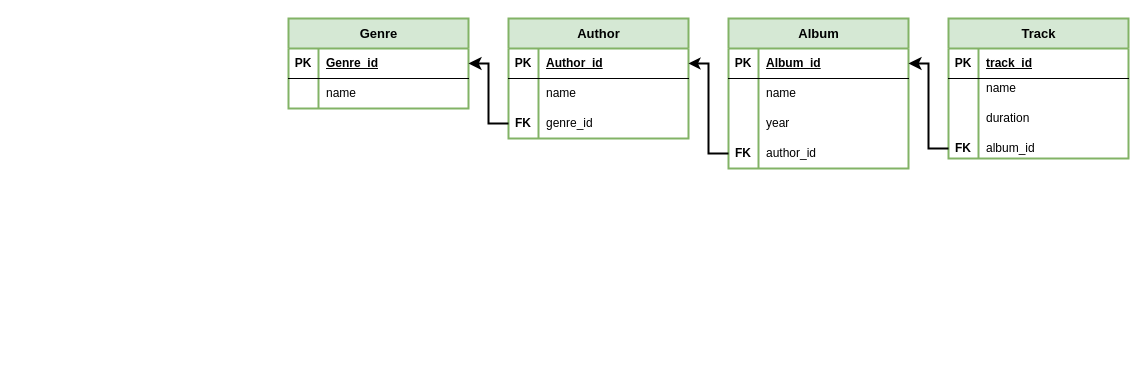
The draw.io diagram new/music.drawio in RomanKotovski/homework-sql, before the edit. Source tidied: cells renumbered, new cells numbered last; positions are measured from the earlier drawing's top-left corner, leaving out a move shared by most shapes. Both pictures are drawn from the tidied source at 100%, with x=0, y=0 at pixel (288, 18).
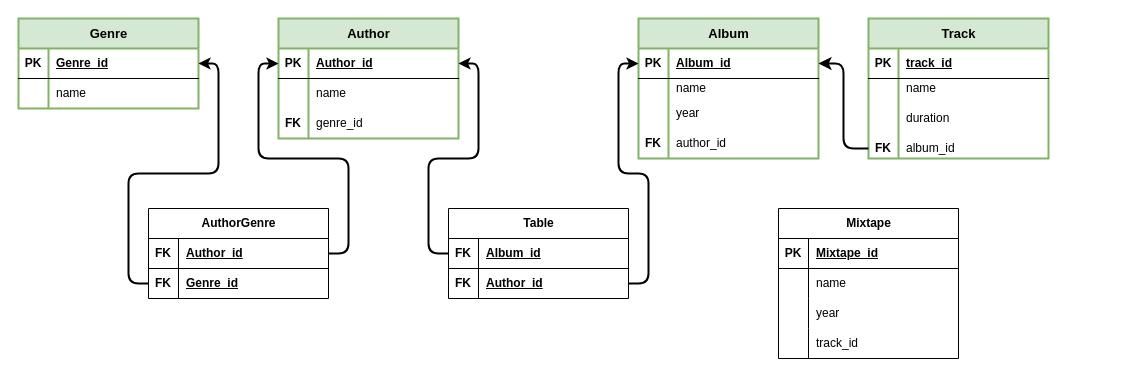
After the change.

Unchanged cells that the change refers to:
```xml
<mxCell id="3" style="shape=tableRow;horizontal=0;startSize=0;swimlaneHead=0;swimlaneBody=0;fillColor=none;points=[[0,0.5],[1,0.5]];portConstraint=eastwest;top=0;left=0;right=0;bottom=1;" parent="2" vertex="1">
  <mxGeometry y="30" width="180" height="30" as="geometry" />
</mxCell>
<mxCell id="10" style="shape=tableRow;horizontal=0;startSize=0;swimlaneHead=0;swimlaneBody=0;fillColor=none;points=[[0,0.5],[1,0.5]];portConstraint=eastwest;top=0;left=0;right=0;bottom=1;" parent="9" vertex="1">
  <mxGeometry y="30" width="180" height="30" as="geometry" />
</mxCell>
<mxCell id="16" style="shape=tableRow;horizontal=0;startSize=0;swimlaneHead=0;swimlaneBody=0;fillColor=none;points=[[0,0.5],[1,0.5]];portConstraint=eastwest;top=0;left=0;right=0;bottom=0;" parent="9" vertex="1">
  <mxGeometry y="90" width="180" height="30" as="geometry" />
</mxCell>
<mxCell id="20" style="shape=tableRow;horizontal=0;startSize=0;swimlaneHead=0;swimlaneBody=0;fillColor=none;points=[[0,0.5],[1,0.5]];portConstraint=eastwest;top=0;left=0;right=0;bottom=1;" parent="19" vertex="1">
  <mxGeometry y="30" width="180" height="30" as="geometry" />
</mxCell>
<mxCell id="42" style="shape=tableRow;horizontal=0;startSize=0;swimlaneHead=0;swimlaneBody=0;fillColor=none;points=[[0,0.5],[1,0.5]];portConstraint=eastwest;top=0;left=0;right=0;bottom=0;" parent="32" vertex="1">
  <mxGeometry y="120" width="180" height="20" as="geometry" />
</mxCell>
```

Diff of the diagram source:
```diff
@@
     <mxCell id="2" value="Genre" style="shape=table;startSize=30;childLayout=tableLayout;rowLines=0;fontStyle=1;align=center;html=1;strokeWidth=2;perimeterSpacing=0;fillColor=#d5e8d4;strokeColor=#82b366;fontSize=13;" parent="1" vertex="1">
-      <mxGeometry width="180" height="90" as="geometry" />
+      <mxGeometry x="-270" width="180" height="90" as="geometry" />
     </mxCell>
@@
     <mxCell id="9" value="&lt;font style=&quot;font-size: 13px;&quot;&gt;Author&lt;/font&gt;" style="shape=table;startSize=30;childLayout=tableLayout;rowLines=0;fontStyle=1;align=center;html=1;strokeWidth=2;fillColor=#d5e8d4;strokeColor=#82b366;fontSize=13;" parent="1" vertex="1">
-      <mxGeometry x="220" width="180" height="120" as="geometry" />
+      <mxGeometry x="-10" width="180" height="120" as="geometry" />
     </mxCell>
@@
     <mxCell id="19" value="Album" style="shape=table;startSize=30;childLayout=tableLayout;rowLines=0;fontStyle=1;align=center;html=1;strokeWidth=2;fillColor=#d5e8d4;strokeColor=#82b366;fontSize=13;" parent="1" vertex="1">
-      <mxGeometry x="440" width="180" height="150" as="geometry" />
+      <mxGeometry x="350" width="180" height="140" as="geometry" />
     </mxCell>
@@
     <mxCell id="23" style="shape=tableRow;horizontal=0;startSize=0;swimlaneHead=0;swimlaneBody=0;fillColor=none;top=0;left=0;right=0;bottom=0;" parent="19" vertex="1">
-      <mxGeometry y="60" width="180" height="30" as="geometry" />
+      <mxGeometry y="60" width="180" height="20" as="geometry" />
     </mxCell>
     <mxCell id="24" style="shape=partialRectangle;fillColor=none;top=0;left=0;bottom=0;right=0;overflow=hidden;whiteSpace=wrap;html=1;" parent="23" vertex="1">
-      <mxGeometry width="30" height="30" as="geometry" />
+      <mxGeometry width="30" height="20" as="geometry" />
     </mxCell>
     <mxCell id="25" value="name" style="shape=partialRectangle;fillColor=none;top=0;left=0;bottom=0;right=0;align=left;spacingLeft=6;overflow=hidden;whiteSpace=wrap;html=1;" parent="23" vertex="1">
-      <mxGeometry x="30" width="150" height="30" as="geometry" />
+      <mxGeometry x="30" width="150" height="20" as="geometry" />
     </mxCell>
     <mxCell id="26" style="shape=tableRow;horizontal=0;startSize=0;swimlaneHead=0;swimlaneBody=0;fillColor=none;top=0;left=0;right=0;bottom=0;" parent="19" vertex="1">
-      <mxGeometry y="90" width="180" height="30" as="geometry" />
+      <mxGeometry y="80" width="180" height="30" as="geometry" />
     </mxCell>
@@
     <mxCell id="29" style="shape=tableRow;horizontal=0;startSize=0;swimlaneHead=0;swimlaneBody=0;fillColor=none;points=[[0,0.5],[1,0.5]];portConstraint=eastwest;top=0;left=0;right=0;bottom=0;" parent="19" vertex="1">
-      <mxGeometry y="120" width="180" height="30" as="geometry" />
+      <mxGeometry y="110" width="180" height="30" as="geometry" />
     </mxCell>
@@
     <mxCell id="32" value="Track" style="shape=table;startSize=30;childLayout=tableLayout;rowLines=0;fontStyle=1;align=center;html=1;strokeWidth=2;fillColor=#d5e8d4;strokeColor=#82b366;fontSize=13;" parent="1" vertex="1">
-      <mxGeometry x="660" width="180" height="140" as="geometry" />
+      <mxGeometry x="580" width="180" height="140" as="geometry" />
     </mxCell>
@@
-    <mxCell id="45" style="edgeStyle=orthogonalEdgeStyle;rounded=0;jettySize=auto;html=1;entryX=1;entryY=0.5;entryDx=0;entryDy=0;strokeWidth=2;endSize=7;targetPerimeterSpacing=0;startSize=0;" parent="1" edge="1" source="42" target="20">
+    <mxCell id="45" style="edgeStyle=orthogonalEdgeStyle;rounded=1;jettySize=auto;html=1;entryX=1;entryY=0.5;entryDx=0;entryDy=0;strokeWidth=2;endSize=7;targetPerimeterSpacing=0;startSize=0;" parent="1" edge="1" source="42" target="20">
       <mxGeometry relative="1" as="geometry" />
     </mxCell>
-    <mxCell id="46" style="edgeStyle=orthogonalEdgeStyle;rounded=0;jettySize=auto;html=1;entryX=1;entryY=0.5;entryDx=0;entryDy=0;strokeWidth=2;" parent="1" edge="1" source="29" target="10">
-      <mxGeometry relative="1" as="geometry" />
-    </mxCell>
-    <mxCell id="47" style="edgeStyle=orthogonalEdgeStyle;rounded=0;jettySize=auto;html=1;entryX=1;entryY=0.5;entryDx=0;entryDy=0;strokeWidth=2;endSize=7;" parent="1" edge="1" source="16" target="3">
-      <mxGeometry relative="1" as="geometry" />
-    </mxCell>
+    <mxCell id="48" value="AuthorGenre" style="shape=table;startSize=30;childLayout=tableLayout;rowLines=0;fontStyle=1;align=center;html=1;" parent="1" vertex="1">
+      <mxGeometry x="-140" y="190" width="180" height="90" as="geometry" />
+    </mxCell>
+    <mxCell id="49" style="shape=tableRow;horizontal=0;startSize=0;swimlaneHead=0;swimlaneBody=0;fillColor=none;points=[[0,0.5],[1,0.5]];portConstraint=eastwest;top=0;left=0;right=0;bottom=1;" parent="48" vertex="1">
+      <mxGeometry y="30" width="180" height="30" as="geometry" />
+    </mxCell>
+    <mxCell id="50" value="FK" style="shape=partialRectangle;fillColor=none;top=0;left=0;bottom=0;right=0;fontStyle=1;overflow=hidden;whiteSpace=wrap;html=1;" parent="49" vertex="1">
+      <mxGeometry width="30" height="30" as="geometry" />
+    </mxCell>
+    <mxCell id="51" value="Author_id" style="shape=partialRectangle;fillColor=none;top=0;left=0;bottom=0;right=0;align=left;spacingLeft=6;fontStyle=5;overflow=hidden;whiteSpace=wrap;html=1;" parent="49" vertex="1">
+      <mxGeometry x="30" width="150" height="30" as="geometry" />
+    </mxCell>
+    <mxCell id="52" style="shape=tableRow;horizontal=0;startSize=0;swimlaneHead=0;swimlaneBody=0;fillColor=none;points=[[0,0.5],[1,0.5]];portConstraint=eastwest;top=0;left=0;right=0;bottom=0;" parent="48" vertex="1">
+      <mxGeometry y="60" width="180" height="30" as="geometry" />
+    </mxCell>
+    <mxCell id="53" value="&lt;b&gt;FK&lt;/b&gt;" style="shape=partialRectangle;fillColor=none;top=0;left=0;bottom=0;right=0;overflow=hidden;whiteSpace=wrap;html=1;" parent="52" vertex="1">
+      <mxGeometry width="30" height="30" as="geometry" />
+    </mxCell>
+    <mxCell id="54" value="&lt;b&gt;&lt;u&gt;Genre_id&lt;/u&gt;&lt;/b&gt;" style="shape=partialRectangle;fillColor=none;top=0;left=0;bottom=0;right=0;align=left;spacingLeft=6;overflow=hidden;whiteSpace=wrap;html=1;" parent="52" vertex="1">
+      <mxGeometry x="30" width="150" height="30" as="geometry" />
+    </mxCell>
+    <mxCell id="55" style="edgeStyle=orthogonalEdgeStyle;rounded=1;jettySize=auto;html=1;entryX=1;entryY=0.5;entryDx=0;entryDy=0;strokeWidth=2;" parent="1" edge="1" source="52" target="3">
+      <mxGeometry relative="1" as="geometry" />
+    </mxCell>
+    <mxCell id="56" value="Table" style="shape=table;startSize=30;childLayout=tableLayout;rowLines=0;fontStyle=1;align=center;html=1;" parent="1" vertex="1">
+      <mxGeometry x="160" y="190" width="180" height="90" as="geometry" />
+    </mxCell>
+    <mxCell id="57" style="shape=tableRow;horizontal=0;startSize=0;swimlaneHead=0;swimlaneBody=0;fillColor=none;points=[[0,0.5],[1,0.5]];portConstraint=eastwest;top=0;left=0;right=0;bottom=1;" parent="56" vertex="1">
+      <mxGeometry y="30" width="180" height="30" as="geometry" />
+    </mxCell>
+    <mxCell id="58" value="FK" style="shape=partialRectangle;fillColor=none;top=0;left=0;bottom=0;right=0;fontStyle=1;overflow=hidden;whiteSpace=wrap;html=1;" parent="57" vertex="1">
+      <mxGeometry width="30" height="30" as="geometry" />
+    </mxCell>
+    <mxCell id="59" value="Album_id" style="shape=partialRectangle;fillColor=none;top=0;left=0;bottom=0;right=0;align=left;spacingLeft=6;fontStyle=5;overflow=hidden;whiteSpace=wrap;html=1;" parent="57" vertex="1">
+      <mxGeometry x="30" width="150" height="30" as="geometry" />
+    </mxCell>
+    <mxCell id="60" style="shape=tableRow;horizontal=0;startSize=0;swimlaneHead=0;swimlaneBody=0;fillColor=none;points=[[0,0.5],[1,0.5]];portConstraint=eastwest;top=0;left=0;right=0;bottom=0;" parent="56" vertex="1">
+      <mxGeometry y="60" width="180" height="30" as="geometry" />
+    </mxCell>
+    <mxCell id="61" value="&lt;b&gt;FK&lt;/b&gt;" style="shape=partialRectangle;fillColor=none;top=0;left=0;bottom=0;right=0;overflow=hidden;whiteSpace=wrap;html=1;" parent="60" vertex="1">
+      <mxGeometry width="30" height="30" as="geometry" />
+    </mxCell>
+    <mxCell id="62" value="&lt;b&gt;&lt;u&gt;Author_id&lt;/u&gt;&lt;/b&gt;" style="shape=partialRectangle;fillColor=none;top=0;left=0;bottom=0;right=0;align=left;spacingLeft=6;overflow=hidden;whiteSpace=wrap;html=1;" parent="60" vertex="1">
+      <mxGeometry x="30" width="150" height="30" as="geometry" />
+    </mxCell>
+    <mxCell id="63" style="edgeStyle=orthogonalEdgeStyle;rounded=1;jettySize=auto;html=1;exitX=1;exitY=0.5;exitDx=0;exitDy=0;entryX=0;entryY=0.5;entryDx=0;entryDy=0;strokeWidth=2;" parent="1" edge="1" source="60" target="20">
+      <mxGeometry relative="1" as="geometry" />
+    </mxCell>
+    <mxCell id="64" style="edgeStyle=orthogonalEdgeStyle;rounded=1;jettySize=auto;html=1;entryX=1;entryY=0.5;entryDx=0;entryDy=0;strokeWidth=2;" parent="1" edge="1" source="57" target="10">
+      <mxGeometry relative="1" as="geometry" />
+    </mxCell>
+    <mxCell id="65" style="edgeStyle=orthogonalEdgeStyle;rounded=1;jettySize=auto;html=1;entryX=0;entryY=0.5;entryDx=0;entryDy=0;strokeWidth=2;" parent="1" edge="1" source="49" target="10">
+      <mxGeometry relative="1" as="geometry" />
+    </mxCell>
+    <mxCell id="66" value="Mixtape" style="shape=table;startSize=30;childLayout=tableLayout;rowLines=0;fontStyle=1;align=center;html=1;" parent="1" vertex="1">
+      <mxGeometry x="490" y="190" width="180" height="150" as="geometry" />
+    </mxCell>
+    <mxCell id="67" style="shape=tableRow;horizontal=0;startSize=0;swimlaneHead=0;swimlaneBody=0;fillColor=none;top=0;left=0;right=0;bottom=1;" parent="66" vertex="1">
+      <mxGeometry y="30" width="180" height="30" as="geometry" />
+    </mxCell>
+    <mxCell id="68" value="PK" style="shape=partialRectangle;fillColor=none;top=0;left=0;bottom=0;right=0;fontStyle=1;overflow=hidden;whiteSpace=wrap;html=1;" parent="67" vertex="1">
+      <mxGeometry width="30" height="30" as="geometry" />
+    </mxCell>
+    <mxCell id="69" value="Mixtape_id" style="shape=partialRectangle;fillColor=none;top=0;left=0;bottom=0;right=0;align=left;spacingLeft=6;fontStyle=5;overflow=hidden;whiteSpace=wrap;html=1;" parent="67" vertex="1">
+      <mxGeometry x="30" width="150" height="30" as="geometry" />
+    </mxCell>
+    <mxCell id="70" style="shape=tableRow;horizontal=0;startSize=0;swimlaneHead=0;swimlaneBody=0;fillColor=none;top=0;left=0;right=0;bottom=0;" parent="66" vertex="1">
+      <mxGeometry y="60" width="180" height="30" as="geometry" />
+    </mxCell>
+    <mxCell id="71" style="shape=partialRectangle;fillColor=none;top=0;left=0;bottom=0;right=0;overflow=hidden;whiteSpace=wrap;html=1;" parent="70" vertex="1">
+      <mxGeometry width="30" height="30" as="geometry" />
+    </mxCell>
+    <mxCell id="72" value="name" style="shape=partialRectangle;fillColor=none;top=0;left=0;bottom=0;right=0;align=left;spacingLeft=6;overflow=hidden;whiteSpace=wrap;html=1;" parent="70" vertex="1">
+      <mxGeometry x="30" width="150" height="30" as="geometry" />
+    </mxCell>
+    <mxCell id="73" style="shape=tableRow;horizontal=0;startSize=0;swimlaneHead=0;swimlaneBody=0;fillColor=none;top=0;left=0;right=0;bottom=0;" parent="66" vertex="1">
+      <mxGeometry y="90" width="180" height="30" as="geometry" />
+    </mxCell>
+    <mxCell id="74" style="shape=partialRectangle;fillColor=none;top=0;left=0;bottom=0;right=0;overflow=hidden;whiteSpace=wrap;html=1;" parent="73" vertex="1">
+      <mxGeometry width="30" height="30" as="geometry" />
+    </mxCell>
+    <mxCell id="75" value="year" style="shape=partialRectangle;fillColor=none;top=0;left=0;bottom=0;right=0;align=left;spacingLeft=6;overflow=hidden;whiteSpace=wrap;html=1;" parent="73" vertex="1">
+      <mxGeometry x="30" width="150" height="30" as="geometry" />
+    </mxCell>
+    <mxCell id="76" style="shape=tableRow;horizontal=0;startSize=0;swimlaneHead=0;swimlaneBody=0;fillColor=none;top=0;left=0;right=0;bottom=0;" parent="66" vertex="1">
+      <mxGeometry y="120" width="180" height="30" as="geometry" />
+    </mxCell>
+    <mxCell id="77" style="shape=partialRectangle;fillColor=none;top=0;left=0;bottom=0;right=0;overflow=hidden;whiteSpace=wrap;html=1;" parent="76" vertex="1">
+      <mxGeometry width="30" height="30" as="geometry" />
+    </mxCell>
+    <mxCell id="78" value="track_id" style="shape=partialRectangle;fillColor=none;top=0;left=0;bottom=0;right=0;align=left;spacingLeft=6;overflow=hidden;whiteSpace=wrap;html=1;" parent="76" vertex="1">
+      <mxGeometry x="30" width="150" height="30" as="geometry" />
+    </mxCell>
```
